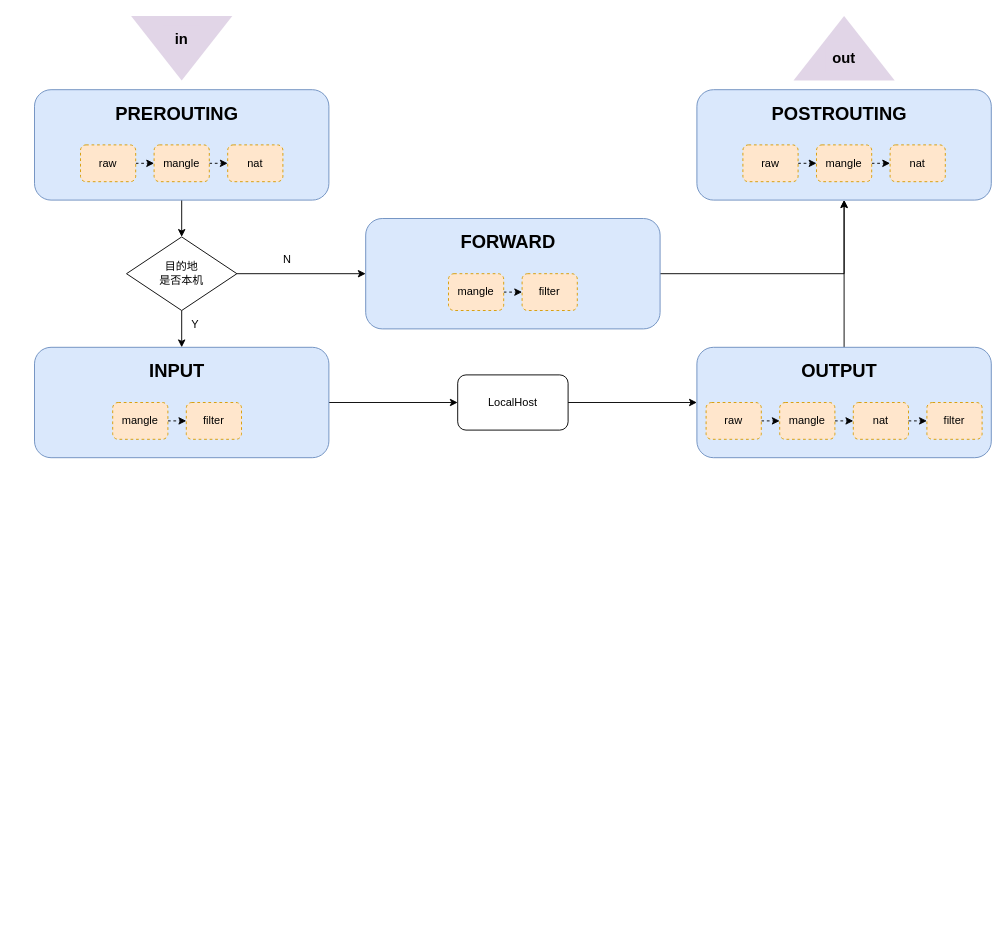
This is iptables_learning.drawio from ZiqingYip/moment, a draw.io file, before an edit. Source tidied: cells renumbered, new cells numbered last; positions are measured from the earlier drawing's top-left corner, leaving out a move shared by most shapes. Both pictures are drawn from the tidied source at 92%, with x=0, y=0 at pixel (34, -3).
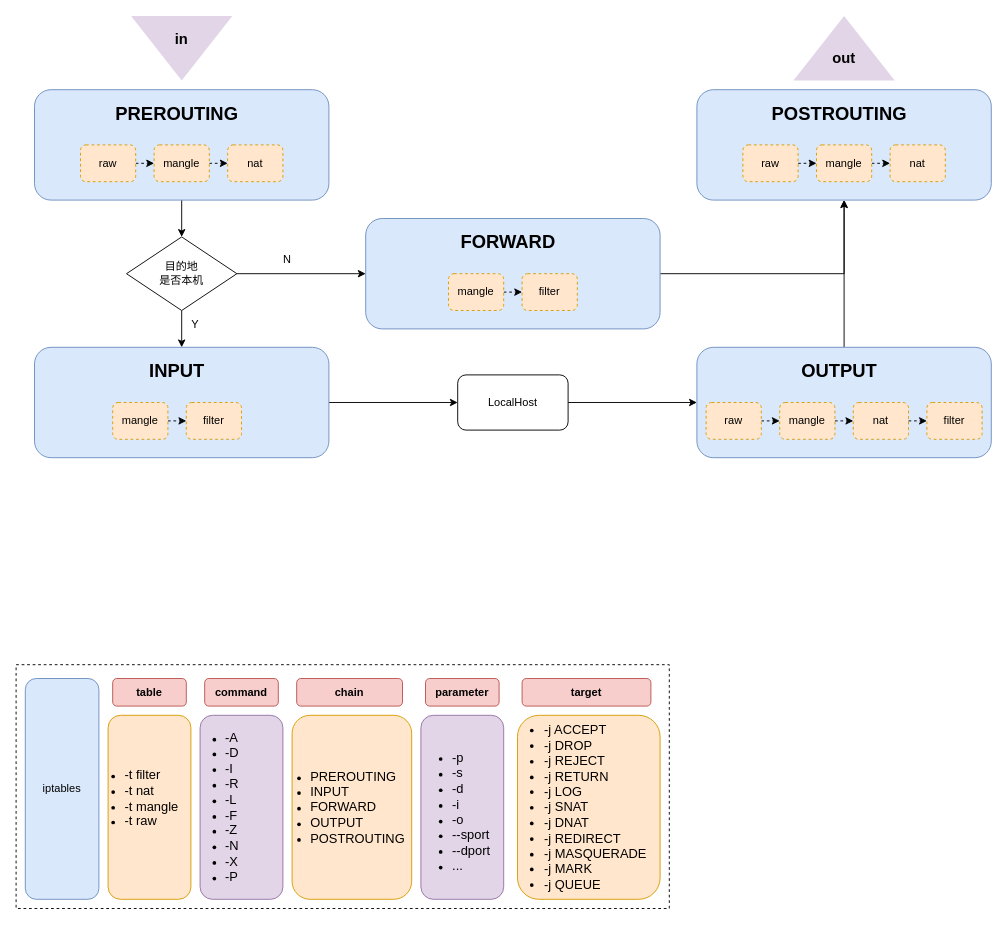
The same diagram, later.

Change to the diagram source:
```diff
@@
+    <mxCell id="50" style="rounded=0;whiteSpace=wrap;html=1;fillColor=none;dashed=1;" parent="1" vertex="1">
+      <mxGeometry x="-20" y="725" width="710" height="265" as="geometry" />
+    </mxCell>
@@
+    <mxCell id="51" value="iptables" style="rounded=1;whiteSpace=wrap;html=1;fillColor=#dae8fc;strokeColor=#6c8ebf;" parent="1" vertex="1">
+      <mxGeometry x="-10" y="740" width="80" height="240" as="geometry" />
+    </mxCell>
+    <mxCell id="52" style="rounded=1;whiteSpace=wrap;html=1;align=left;fillColor=#ffe6cc;strokeColor=#d79b00;" parent="1" vertex="1">
+      <mxGeometry x="80" y="780" width="90" height="200" as="geometry" />
+    </mxCell>
+    <mxCell id="53" value="&lt;ul style=&quot;border-color: var(--border-color); color: rgb(0, 0, 0); font-family: Helvetica; font-style: normal; font-variant-ligatures: normal; font-variant-caps: normal; font-weight: 400; letter-spacing: normal; orphans: 2; text-align: left; text-indent: 0px; text-transform: none; widows: 2; word-spacing: 0px; -webkit-text-stroke-width: 0px; text-decoration-thickness: initial; text-decoration-style: initial; text-decoration-color: initial;&quot;&gt;&lt;li style=&quot;border-color: var(--border-color);&quot;&gt;&lt;span style=&quot;font-size: 14px;&quot;&gt;-t filter&lt;/span&gt;&lt;/li&gt;&lt;li style=&quot;border-color: var(--border-color);&quot;&gt;&lt;span style=&quot;font-size: 14px;&quot;&gt;-t nat&lt;/span&gt;&lt;/li&gt;&lt;li style=&quot;border-color: var(--border-color);&quot;&gt;&lt;span style=&quot;font-size: 14px;&quot;&gt;-t mangle&lt;/span&gt;&lt;/li&gt;&lt;li style=&quot;border-color: var(--border-color);&quot;&gt;&lt;span style=&quot;font-size: 14px;&quot;&gt;-t raw&lt;/span&gt;&lt;/li&gt;&lt;/ul&gt;" style="text;html=1;strokeColor=none;fillColor=none;align=center;verticalAlign=middle;whiteSpace=wrap;rounded=0;" parent="1" vertex="1">
+      <mxGeometry x="45" y="805" width="125" height="130" as="geometry" />
+    </mxCell>
+    <mxCell id="54" style="rounded=1;whiteSpace=wrap;html=1;align=left;fillColor=#ffe6cc;strokeColor=#d79b00;" parent="1" vertex="1">
+      <mxGeometry x="280" y="780" width="130" height="200" as="geometry" />
+    </mxCell>
+    <mxCell id="55" value="&lt;ul style=&quot;border-color: var(--border-color); color: rgb(0, 0, 0); font-family: Helvetica; font-style: normal; font-variant-ligatures: normal; font-variant-caps: normal; font-weight: 400; letter-spacing: normal; orphans: 2; text-align: left; text-indent: 0px; text-transform: none; widows: 2; word-spacing: 0px; -webkit-text-stroke-width: 0px; text-decoration-thickness: initial; text-decoration-style: initial; text-decoration-color: initial;&quot;&gt;&lt;li style=&quot;border-color: var(--border-color);&quot;&gt;&lt;span style=&quot;font-size: 14px;&quot;&gt;PREROUTING&lt;/span&gt;&lt;/li&gt;&lt;li style=&quot;border-color: var(--border-color);&quot;&gt;&lt;span style=&quot;font-size: 14px;&quot;&gt;INPUT&lt;/span&gt;&lt;/li&gt;&lt;li style=&quot;border-color: var(--border-color);&quot;&gt;&lt;span style=&quot;font-size: 14px;&quot;&gt;FORWARD&lt;/span&gt;&lt;/li&gt;&lt;li style=&quot;border-color: var(--border-color);&quot;&gt;&lt;span style=&quot;font-size: 14px;&quot;&gt;OUTPUT&lt;/span&gt;&lt;/li&gt;&lt;li style=&quot;border-color: var(--border-color);&quot;&gt;&lt;span style=&quot;font-size: 14px;&quot;&gt;POSTROUTING&lt;/span&gt;&lt;/li&gt;&lt;/ul&gt;" style="text;html=1;strokeColor=none;fillColor=none;align=center;verticalAlign=middle;whiteSpace=wrap;rounded=0;" parent="1" vertex="1">
+      <mxGeometry x="260" y="815" width="142.5" height="130" as="geometry" />
+    </mxCell>
+    <mxCell id="56" value="table" style="rounded=1;whiteSpace=wrap;html=1;fontStyle=1;fillColor=#f8cecc;strokeColor=#b85450;" parent="1" vertex="1">
+      <mxGeometry x="85" y="740" width="80" height="30" as="geometry" />
+    </mxCell>
+    <mxCell id="57" style="rounded=1;whiteSpace=wrap;html=1;align=left;fillColor=#e1d5e7;strokeColor=#9673a6;" parent="1" vertex="1">
+      <mxGeometry x="180" y="780" width="90" height="200" as="geometry" />
+    </mxCell>
+    <mxCell id="58" value="&lt;ul style=&quot;border-color: var(--border-color); color: rgb(0, 0, 0); font-family: Helvetica; font-style: normal; font-variant-ligatures: normal; font-variant-caps: normal; font-weight: 400; letter-spacing: normal; orphans: 2; text-align: left; text-indent: 0px; text-transform: none; widows: 2; word-spacing: 0px; -webkit-text-stroke-width: 0px; text-decoration-thickness: initial; text-decoration-style: initial; text-decoration-color: initial;&quot;&gt;&lt;li style=&quot;font-size: 12px; border-color: var(--border-color);&quot;&gt;&lt;span style=&quot;border-color: var(--border-color); font-size: 14px;&quot;&gt;-A&lt;/span&gt;&lt;/li&gt;&lt;li style=&quot;font-size: 12px; border-color: var(--border-color);&quot;&gt;&lt;span style=&quot;border-color: var(--border-color); font-size: 14px;&quot;&gt;-D&lt;/span&gt;&lt;/li&gt;&lt;li style=&quot;font-size: 12px; border-color: var(--border-color);&quot;&gt;&lt;span style=&quot;border-color: var(--border-color); font-size: 14px;&quot;&gt;-I&lt;/span&gt;&lt;/li&gt;&lt;li style=&quot;font-size: 12px; border-color: var(--border-color);&quot;&gt;&lt;span style=&quot;border-color: var(--border-color); font-size: 14px;&quot;&gt;-R&lt;/span&gt;&lt;/li&gt;&lt;li style=&quot;font-size: 12px; border-color: var(--border-color);&quot;&gt;&lt;span style=&quot;border-color: var(--border-color); font-size: 14px;&quot;&gt;-L&lt;/span&gt;&lt;/li&gt;&lt;li style=&quot;font-size: 12px; border-color: var(--border-color);&quot;&gt;&lt;span style=&quot;border-color: var(--border-color); font-size: 14px;&quot;&gt;-F&lt;/span&gt;&lt;/li&gt;&lt;li style=&quot;font-size: 12px; border-color: var(--border-color);&quot;&gt;&lt;span style=&quot;border-color: var(--border-color); font-size: 14px;&quot;&gt;-Z&lt;/span&gt;&lt;/li&gt;&lt;li style=&quot;border-color: var(--border-color);&quot;&gt;&lt;span style=&quot;font-size: 14px;&quot;&gt;-N&lt;/span&gt;&lt;/li&gt;&lt;li style=&quot;border-color: var(--border-color);&quot;&gt;&lt;span style=&quot;font-size: 14px;&quot;&gt;-X&lt;/span&gt;&lt;/li&gt;&lt;li style=&quot;border-color: var(--border-color);&quot;&gt;&lt;span style=&quot;font-size: 14px;&quot;&gt;-P&lt;/span&gt;&lt;/li&gt;&lt;/ul&gt;" style="text;html=1;strokeColor=none;fillColor=none;align=center;verticalAlign=middle;whiteSpace=wrap;rounded=0;" parent="1" vertex="1">
+      <mxGeometry x="145" y="780" width="100" height="200" as="geometry" />
+    </mxCell>
+    <mxCell id="59" value="command" style="rounded=1;whiteSpace=wrap;html=1;fontStyle=1;fillColor=#f8cecc;strokeColor=#b85450;" parent="1" vertex="1">
+      <mxGeometry x="185" y="740" width="80" height="30" as="geometry" />
+    </mxCell>
+    <mxCell id="60" value="chain" style="rounded=1;whiteSpace=wrap;html=1;fontStyle=1;fillColor=#f8cecc;strokeColor=#b85450;" parent="1" vertex="1">
+      <mxGeometry x="285" y="740" width="115" height="30" as="geometry" />
+    </mxCell>
+    <mxCell id="61" style="rounded=1;whiteSpace=wrap;html=1;align=left;fillColor=#e1d5e7;strokeColor=#9673a6;" parent="1" vertex="1">
+      <mxGeometry x="420" y="780" width="90" height="200" as="geometry" />
+    </mxCell>
+    <mxCell id="62" value="&lt;ul style=&quot;border-color: var(--border-color); color: rgb(0, 0, 0); font-family: Helvetica; font-size: 12px; font-style: normal; font-variant-ligatures: normal; font-variant-caps: normal; font-weight: 400; letter-spacing: normal; orphans: 2; text-align: left; text-indent: 0px; text-transform: none; widows: 2; word-spacing: 0px; -webkit-text-stroke-width: 0px; text-decoration-thickness: initial; text-decoration-style: initial; text-decoration-color: initial;&quot;&gt;&lt;li style=&quot;border-color: var(--border-color);&quot;&gt;&lt;span style=&quot;border-color: var(--border-color); font-size: 14px;&quot;&gt;-p&lt;/span&gt;&lt;/li&gt;&lt;li style=&quot;border-color: var(--border-color);&quot;&gt;&lt;span style=&quot;border-color: var(--border-color); font-size: 14px;&quot;&gt;-s&lt;/span&gt;&lt;/li&gt;&lt;li style=&quot;border-color: var(--border-color);&quot;&gt;&lt;span style=&quot;border-color: var(--border-color); font-size: 14px;&quot;&gt;-d&lt;/span&gt;&lt;/li&gt;&lt;li style=&quot;border-color: var(--border-color);&quot;&gt;&lt;span style=&quot;border-color: var(--border-color); font-size: 14px;&quot;&gt;-i&lt;/span&gt;&lt;/li&gt;&lt;li style=&quot;border-color: var(--border-color);&quot;&gt;&lt;span style=&quot;border-color: var(--border-color); font-size: 14px;&quot;&gt;-o&lt;/span&gt;&lt;/li&gt;&lt;li style=&quot;border-color: var(--border-color);&quot;&gt;&lt;span style=&quot;border-color: var(--border-color); font-size: 14px;&quot;&gt;--sport&lt;/span&gt;&lt;/li&gt;&lt;li style=&quot;border-color: var(--border-color);&quot;&gt;&lt;span style=&quot;border-color: var(--border-color); font-size: 14px;&quot;&gt;--dport&lt;/span&gt;&lt;/li&gt;&lt;li style=&quot;border-color: var(--border-color);&quot;&gt;&lt;span style=&quot;border-color: var(--border-color); font-size: 14px;&quot;&gt;...&lt;/span&gt;&lt;/li&gt;&lt;/ul&gt;" style="text;html=1;strokeColor=none;fillColor=none;align=center;verticalAlign=middle;whiteSpace=wrap;rounded=0;" parent="1" vertex="1">
+      <mxGeometry x="405" y="800" width="100" height="170" as="geometry" />
+    </mxCell>
+    <mxCell id="63" value="parameter" style="rounded=1;whiteSpace=wrap;html=1;fontStyle=1;fillColor=#f8cecc;strokeColor=#b85450;" parent="1" vertex="1">
+      <mxGeometry x="425" y="740" width="80" height="30" as="geometry" />
+    </mxCell>
+    <mxCell id="64" style="rounded=1;whiteSpace=wrap;html=1;align=left;fillColor=#ffe6cc;strokeColor=#d79b00;" parent="1" vertex="1">
+      <mxGeometry x="525" y="780" width="155" height="200" as="geometry" />
+    </mxCell>
+    <mxCell id="65" value="&lt;ul style=&quot;border-color: var(--border-color); color: rgb(0, 0, 0); font-family: Helvetica; font-size: 14px; font-style: normal; font-variant-ligatures: normal; font-variant-caps: normal; font-weight: 400; letter-spacing: normal; orphans: 2; text-align: left; text-indent: 0px; text-transform: none; widows: 2; word-spacing: 0px; -webkit-text-stroke-width: 0px; text-decoration-thickness: initial; text-decoration-style: initial; text-decoration-color: initial;&quot;&gt;&lt;li style=&quot;border-color: var(--border-color);&quot;&gt;&lt;span style=&quot;border-color: var(--border-color);&quot;&gt;-j ACCEPT&lt;/span&gt;&lt;/li&gt;&lt;li style=&quot;border-color: var(--border-color);&quot;&gt;-j DROP&lt;/li&gt;&lt;li style=&quot;border-color: var(--border-color);&quot;&gt;-j REJECT&lt;/li&gt;&lt;li style=&quot;border-color: var(--border-color);&quot;&gt;-j RETURN&lt;/li&gt;&lt;li style=&quot;border-color: var(--border-color);&quot;&gt;-j LOG&lt;/li&gt;&lt;li style=&quot;border-color: var(--border-color);&quot;&gt;-j SNAT&lt;/li&gt;&lt;li style=&quot;border-color: var(--border-color);&quot;&gt;-j DNAT&lt;/li&gt;&lt;li style=&quot;border-color: var(--border-color);&quot;&gt;-j REDIRECT&lt;/li&gt;&lt;li style=&quot;border-color: var(--border-color);&quot;&gt;-j MASQUERADE&lt;/li&gt;&lt;li style=&quot;border-color: var(--border-color);&quot;&gt;-j MARK&lt;/li&gt;&lt;li style=&quot;border-color: var(--border-color);&quot;&gt;-j QUEUE&lt;/li&gt;&lt;/ul&gt;" style="text;html=1;strokeColor=none;fillColor=none;align=center;verticalAlign=middle;whiteSpace=wrap;rounded=0;" parent="1" vertex="1">
+      <mxGeometry x="505" y="780" width="170" height="200" as="geometry" />
+    </mxCell>
+    <mxCell id="66" value="target" style="rounded=1;whiteSpace=wrap;html=1;fontStyle=1;fillColor=#f8cecc;strokeColor=#b85450;" parent="1" vertex="1">
+      <mxGeometry x="530" y="740" width="140" height="30" as="geometry" />
+    </mxCell>
```
